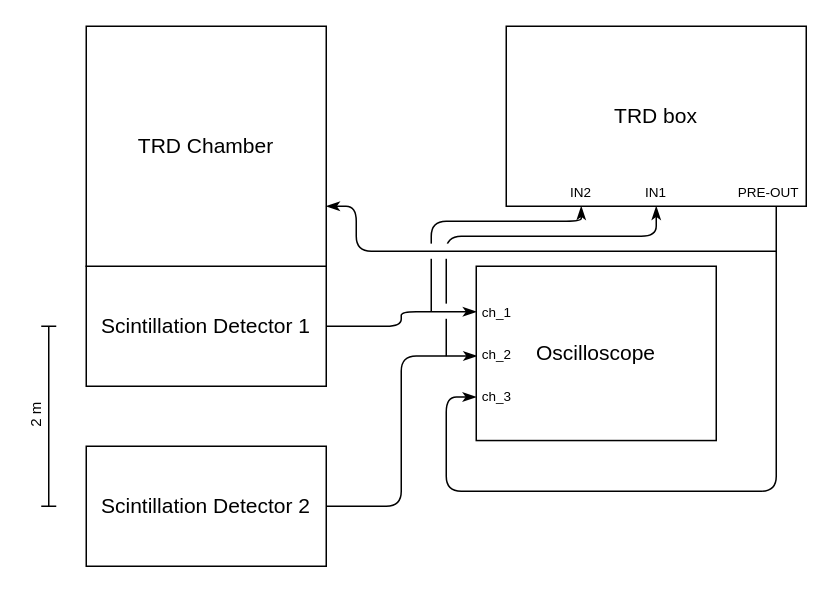
Above: 3rd Year/PHY3004W/Labs/ALICE TRD/setup.drawio in mkidson/Uni-Code (draw.io), before the change. Source tidied: cells renumbered, new cells numbered last; positions are measured from the earlier drawing's top-left corner, leaving out a move shared by most shapes. Both pictures are drawn from the tidied source at 150%, with x=0, y=0 at pixel (14, 26).
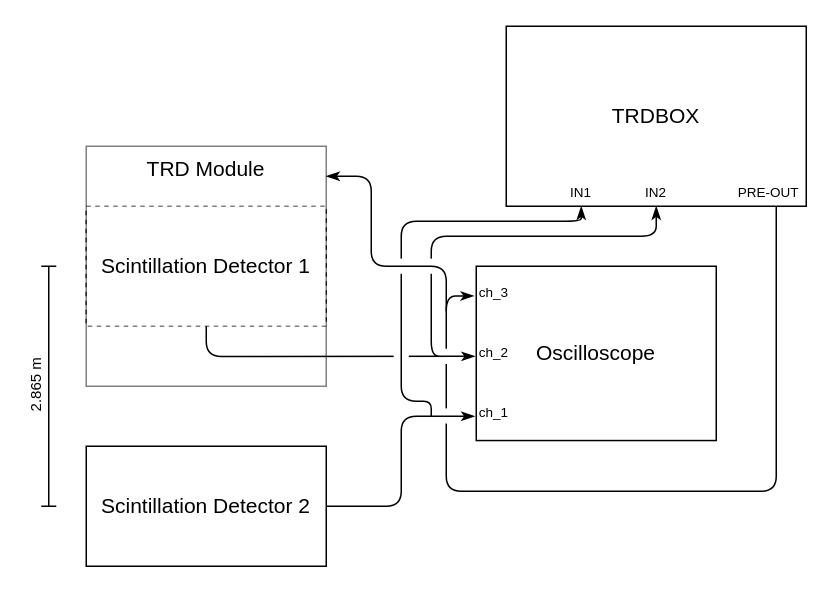
Above is the later version.

Unchanged cells that the change refers to:
```xml
<mxCell id="3" value="&lt;font style=&quot;font-size: 14px&quot;&gt;Scintillation Detector 2&lt;/font&gt;" style="rounded=0;whiteSpace=wrap;html=1;shadow=0;sketch=0;" parent="1" vertex="1">
  <mxGeometry x="48" y="280" width="160" height="80" as="geometry" />
</mxCell>
<mxCell id="8" value="&lt;font style=&quot;font-size: 14px&quot;&gt;Oscilloscope&lt;/font&gt;" style="rounded=0;whiteSpace=wrap;html=1;shadow=0;sketch=0;strokeWidth=1;" parent="1" vertex="1">
  <mxGeometry x="308" y="160" width="160" height="116.2" as="geometry" />
</mxCell>
```

The edit, as a diff of the source:
```diff
@@
-    <mxCell id="2" style="edgeStyle=orthogonalEdgeStyle;rounded=1;jettySize=auto;html=1;exitX=1;exitY=0.5;exitDx=0;exitDy=0;entryX=0.003;entryY=0.515;entryDx=0;entryDy=0;entryPerimeter=0;startArrow=none;startFill=0;endArrow=classicThin;endFill=1;" parent="1" edge="1" source="3" target="8">
-      <mxGeometry relative="1" as="geometry" />
-    </mxCell>
@@
-    <mxCell id="4" value="&lt;font style=&quot;font-size: 14px&quot;&gt;Scintillation Detector 1&lt;/font&gt;" style="rounded=0;whiteSpace=wrap;html=1;shadow=0;sketch=0;" parent="1" vertex="1">
-      <mxGeometry x="48" y="160" width="160" height="80" as="geometry" />
+    <mxCell id="4" style="rounded=0;whiteSpace=wrap;html=1;shadow=0;sketch=0;dashed=1;" parent="1" vertex="1">
+      <mxGeometry x="48" y="120" width="160" height="80" as="geometry" />
     </mxCell>
-    <mxCell id="5" value="&lt;font style=&quot;font-size: 14px&quot;&gt;TRD Chamber&lt;/font&gt;" style="whiteSpace=wrap;html=1;rounded=0;shadow=0;sketch=0;" parent="1" vertex="1">
-      <mxGeometry x="48" width="160" height="160" as="geometry" />
+    <mxCell id="5" style="whiteSpace=wrap;html=1;rounded=0;shadow=0;sketch=0;fillColor=default;opacity=50;" parent="1" vertex="1">
+      <mxGeometry x="48" y="80" width="160" height="160" as="geometry" />
     </mxCell>
     <mxCell id="6" style="shape=crossbar;whiteSpace=wrap;html=1;rounded=1;direction=south;shadow=0;sketch=0;strokeWidth=1;" parent="1" vertex="1">
-      <mxGeometry x="18" y="200" width="10" height="120" as="geometry" />
+      <mxGeometry x="18" y="160" width="10" height="160" as="geometry" />
     </mxCell>
-    <mxCell id="7" value="&lt;font style=&quot;font-size: 10px&quot;&gt;2 m&lt;/font&gt;" style="text;html=1;strokeColor=none;fillColor=none;align=center;verticalAlign=middle;whiteSpace=wrap;rounded=0;shadow=0;sketch=0;rotation=-90;" parent="1" vertex="1">
-      <mxGeometry x="0.5" y="256.2" width="27.5" height="7.5" as="geometry" />
+    <mxCell id="7" value="&lt;font style=&quot;font-size: 10px&quot;&gt;2.865&amp;nbsp;m&lt;/font&gt;" style="text;html=1;strokeColor=none;fillColor=none;align=center;verticalAlign=middle;whiteSpace=wrap;rounded=0;shadow=0;sketch=0;rotation=-90;" parent="1" vertex="1">
+      <mxGeometry x="0.5" y="236.2" width="27.5" height="7.5" as="geometry" />
     </mxCell>
@@
-    <mxCell id="9" style="edgeStyle=orthogonalEdgeStyle;rounded=1;jettySize=auto;html=1;entryX=0;entryY=0.75;entryDx=0;entryDy=0;endArrow=classicThin;endFill=1;exitX=0.9;exitY=0.999;exitDx=0;exitDy=0;exitPerimeter=0;" parent="1" edge="1" source="12" target="8">
+    <mxCell id="9" style="edgeStyle=orthogonalEdgeStyle;rounded=1;jettySize=auto;html=1;endArrow=classicThin;endFill=1;exitX=0.9;exitY=0.999;exitDx=0;exitDy=0;exitPerimeter=0;entryX=-0.009;entryY=0.17;entryDx=0;entryDy=0;entryPerimeter=0;" parent="1" edge="1" source="12" target="8">
       <mxGeometry relative="1" as="geometry">
         <Array as="points">
           <mxPoint x="508" y="310" />
           <mxPoint x="288" y="310" />
-          <mxPoint x="288" y="247" />
+          <mxPoint x="288" y="180" />
         </Array>
       </mxGeometry>
     </mxCell>
     <mxCell id="10" style="edgeStyle=orthogonalEdgeStyle;rounded=1;jettySize=auto;html=1;exitX=0.5;exitY=1;exitDx=0;exitDy=0;startArrow=classicThin;startFill=1;endArrow=none;endFill=0;" parent="1" edge="1" source="12">
       <mxGeometry relative="1" as="geometry">
         <mxPoint x="288" y="220" as="targetPoint" />
         <Array as="points">
           <mxPoint x="428" y="140" />
-          <mxPoint x="288" y="140" />
+          <mxPoint x="278" y="140" />
+          <mxPoint x="278" y="220" />
         </Array>
       </mxGeometry>
     </mxCell>
-    <mxCell id="11" style="edgeStyle=orthogonalEdgeStyle;jettySize=auto;html=1;exitX=0.25;exitY=1;exitDx=0;exitDy=0;startArrow=classicThin;startFill=1;endArrow=none;endFill=0;rounded=1;" parent="1" edge="1" source="12">
-      <mxGeometry relative="1" as="geometry">
-        <mxPoint x="278" y="190" as="targetPoint" />
-        <Array as="points">
-          <mxPoint x="378" y="130" />
-          <mxPoint x="278" y="130" />
-        </Array>
-      </mxGeometry>
-    </mxCell>
-    <mxCell id="12" value="&lt;font style=&quot;font-size: 14px&quot;&gt;TRD box&lt;/font&gt;" style="rounded=0;whiteSpace=wrap;html=1;shadow=0;sketch=0;strokeWidth=1;" parent="1" vertex="1">
+    <mxCell id="12" value="&lt;font style=&quot;font-size: 14px&quot;&gt;TRDBOX&lt;/font&gt;" style="rounded=0;whiteSpace=wrap;html=1;shadow=0;sketch=0;strokeWidth=1;" parent="1" vertex="1">
       <mxGeometry x="328" width="200" height="120" as="geometry" />
     </mxCell>
     <mxCell id="13" value="&lt;font style=&quot;font-size: 9px&quot;&gt;ch_1&lt;/font&gt;" style="text;html=1;strokeColor=none;fillColor=none;align=center;verticalAlign=middle;whiteSpace=wrap;rounded=0;shadow=0;sketch=0;" parent="1" vertex="1">
-      <mxGeometry x="302" y="180" width="40" height="20" as="geometry" />
+      <mxGeometry x="300" y="246.8" width="40" height="20" as="geometry" />
     </mxCell>
     <mxCell id="14" value="&lt;font style=&quot;font-size: 9px&quot;&gt;ch_2&lt;/font&gt;" style="text;html=1;strokeColor=none;fillColor=none;align=center;verticalAlign=middle;whiteSpace=wrap;rounded=0;shadow=0;sketch=0;" parent="1" vertex="1">
-      <mxGeometry x="302" y="208.1" width="40" height="20" as="geometry" />
+      <mxGeometry x="300" y="207.1" width="40" height="20" as="geometry" />
     </mxCell>
     <mxCell id="15" value="&lt;font style=&quot;font-size: 9px&quot;&gt;ch_3&lt;/font&gt;" style="text;html=1;strokeColor=none;fillColor=none;align=center;verticalAlign=middle;whiteSpace=wrap;rounded=0;shadow=0;sketch=0;" parent="1" vertex="1">
-      <mxGeometry x="302" y="236.2" width="40" height="20" as="geometry" />
+      <mxGeometry x="300" y="167" width="40" height="20" as="geometry" />
     </mxCell>
     <mxCell id="16" style="rounded=0;whiteSpace=wrap;html=1;shadow=0;sketch=0;strokeWidth=0;strokeColor=#FFFFFF;" parent="1" vertex="1">
-      <mxGeometry x="283" y="145" width="10" height="10" as="geometry" />
+      <mxGeometry x="253" y="259.8" width="10" height="10" as="geometry" />
     </mxCell>
@@
-    <mxCell id="18" style="rounded=0;whiteSpace=wrap;html=1;shadow=0;sketch=0;strokeWidth=0;strokeColor=#FFFFFF;" parent="1" vertex="1">
-      <mxGeometry x="273" y="145" width="10" height="10" as="geometry" />
-    </mxCell>
-    <mxCell id="19" style="edgeStyle=orthogonalEdgeStyle;rounded=1;jettySize=auto;html=1;exitX=1;exitY=0.75;exitDx=0;exitDy=0;endArrow=none;endFill=0;startArrow=classicThin;startFill=1;" parent="1" edge="1" source="5">
-      <mxGeometry relative="1" as="geometry">
-        <mxPoint x="508" y="150" as="targetPoint" />
-        <Array as="points">
-          <mxPoint x="228" y="120" />
-          <mxPoint x="228" y="150" />
-        </Array>
-      </mxGeometry>
-    </mxCell>
     <mxCell id="20" style="rounded=0;whiteSpace=wrap;html=1;shadow=0;sketch=0;strokeWidth=0;strokeColor=#FFFFFF;" parent="1" vertex="1">
-      <mxGeometry x="283" y="185" width="10" height="10" as="geometry" />
+      <mxGeometry x="283" y="215.1" width="10" height="10" as="geometry" />
     </mxCell>
-    <mxCell id="21" style="edgeStyle=orthogonalEdgeStyle;rounded=1;jettySize=auto;html=1;exitX=1;exitY=0.5;exitDx=0;exitDy=0;entryX=0.001;entryY=0.261;entryDx=0;entryDy=0;entryPerimeter=0;startArrow=none;startFill=0;endArrow=classicThin;endFill=1;" parent="1" edge="1" source="4" target="8">
-      <mxGeometry relative="1" as="geometry" />
+    <mxCell id="21" style="edgeStyle=orthogonalEdgeStyle;rounded=1;jettySize=auto;html=1;exitX=0.5;exitY=1;exitDx=0;exitDy=0;startArrow=none;startFill=0;endArrow=classicThin;endFill=1;entryX=-0.005;entryY=0.517;entryDx=0;entryDy=0;entryPerimeter=0;" parent="1" edge="1" source="4" target="8">
+      <mxGeometry relative="1" as="geometry">
+        <Array as="points">
+          <mxPoint x="128" y="220" />
+        </Array>
+      </mxGeometry>
     </mxCell>
-    <mxCell id="22" value="&lt;font style=&quot;font-size: 9px&quot;&gt;IN1&lt;br&gt;&lt;/font&gt;" style="text;html=1;strokeColor=none;fillColor=none;align=center;verticalAlign=middle;whiteSpace=wrap;rounded=0;shadow=0;sketch=0;" parent="1" vertex="1">
+    <mxCell id="22" value="&lt;font style=&quot;font-size: 9px&quot;&gt;IN2&lt;br&gt;&lt;/font&gt;" style="text;html=1;strokeColor=none;fillColor=none;align=center;verticalAlign=middle;whiteSpace=wrap;rounded=0;shadow=0;sketch=0;" parent="1" vertex="1">
       <mxGeometry x="418" y="100" width="20" height="20" as="geometry" />
     </mxCell>
-    <mxCell id="23" value="&lt;font style=&quot;font-size: 9px&quot;&gt;IN2&lt;br&gt;&lt;/font&gt;" style="text;html=1;strokeColor=none;fillColor=none;align=center;verticalAlign=middle;whiteSpace=wrap;rounded=0;shadow=0;sketch=0;" parent="1" vertex="1">
+    <mxCell id="23" value="&lt;font style=&quot;font-size: 9px&quot;&gt;IN1&lt;br&gt;&lt;/font&gt;" style="text;html=1;strokeColor=none;fillColor=none;align=center;verticalAlign=middle;whiteSpace=wrap;rounded=0;shadow=0;sketch=0;" parent="1" vertex="1">
       <mxGeometry x="368" y="100" width="20" height="20" as="geometry" />
     </mxCell>
+    <mxCell id="18" style="rounded=0;whiteSpace=wrap;html=1;shadow=0;sketch=0;strokeWidth=0;strokeColor=#FFFFFF;" parent="1" vertex="1">
+      <mxGeometry x="253" y="155" width="10" height="10" as="geometry" />
+    </mxCell>
+    <mxCell id="24" style="rounded=0;whiteSpace=wrap;html=1;shadow=0;sketch=0;strokeWidth=0;strokeColor=#FFFFFF;" parent="1" vertex="1">
+      <mxGeometry x="273" y="155" width="10" height="10" as="geometry" />
+    </mxCell>
+    <mxCell id="25" style="rounded=0;whiteSpace=wrap;html=1;shadow=0;sketch=0;strokeWidth=0;strokeColor=#FFFFFF;" parent="1" vertex="1">
+      <mxGeometry x="253" y="215.1" width="10" height="10" as="geometry" />
+    </mxCell>
+    <mxCell id="11" style="edgeStyle=orthogonalEdgeStyle;jettySize=auto;html=1;exitX=0.25;exitY=1;exitDx=0;exitDy=0;startArrow=classicThin;startFill=1;endArrow=none;endFill=0;rounded=1;" parent="1" edge="1" source="12">
+      <mxGeometry relative="1" as="geometry">
+        <mxPoint x="278" y="260" as="targetPoint" />
+        <Array as="points">
+          <mxPoint x="378" y="130" />
+          <mxPoint x="258" y="130" />
+          <mxPoint x="258" y="250" />
+        </Array>
+      </mxGeometry>
+    </mxCell>
+    <mxCell id="26" style="rounded=0;whiteSpace=wrap;html=1;shadow=0;sketch=0;strokeWidth=0;strokeColor=#FFFFFF;" parent="1" vertex="1">
+      <mxGeometry x="253" y="155" width="10" height="10" as="geometry" />
+    </mxCell>
+    <mxCell id="19" style="edgeStyle=orthogonalEdgeStyle;rounded=1;jettySize=auto;html=1;endArrow=none;endFill=0;startArrow=classicThin;startFill=1;exitX=1;exitY=0.125;exitDx=0;exitDy=0;exitPerimeter=0;" parent="1" edge="1" source="5">
+      <mxGeometry relative="1" as="geometry">
+        <mxPoint x="288" y="190" as="targetPoint" />
+        <Array as="points">
+          <mxPoint x="238" y="100" />
+          <mxPoint x="238" y="160" />
+          <mxPoint x="288" y="160" />
+        </Array>
+      </mxGeometry>
+    </mxCell>
+    <mxCell id="27" style="rounded=0;whiteSpace=wrap;html=1;shadow=0;sketch=0;strokeWidth=0;strokeColor=#FFFFFF;" parent="1" vertex="1">
+      <mxGeometry x="283" y="254.8" width="10" height="10" as="geometry" />
+    </mxCell>
+    <mxCell id="2" style="edgeStyle=orthogonalEdgeStyle;rounded=1;jettySize=auto;html=1;exitX=1;exitY=0.5;exitDx=0;exitDy=0;startArrow=none;startFill=0;endArrow=classicThin;endFill=1;" parent="1" edge="1" source="3">
+      <mxGeometry relative="1" as="geometry">
+        <mxPoint x="307" y="260" as="targetPoint" />
+        <Array as="points">
+          <mxPoint x="258" y="320" />
+          <mxPoint x="258" y="260" />
+          <mxPoint x="307" y="260" />
+        </Array>
+      </mxGeometry>
+    </mxCell>
+    <mxCell id="28" value="&lt;font style=&quot;font-size: 14px&quot;&gt;TRD Module&lt;/font&gt;" style="text;html=1;strokeColor=none;fillColor=none;align=center;verticalAlign=middle;whiteSpace=wrap;rounded=0;dashed=1;opacity=50;" parent="1" vertex="1">
+      <mxGeometry x="78" y="80" width="100" height="30" as="geometry" />
+    </mxCell>
+    <mxCell id="29" value="&lt;font style=&quot;font-size: 14px&quot;&gt;Scintillation Detector 1&lt;/font&gt;" style="text;html=1;strokeColor=none;fillColor=none;align=center;verticalAlign=middle;whiteSpace=wrap;rounded=0;dashed=1;opacity=50;" parent="1" vertex="1">
+      <mxGeometry x="48" y="145" width="160" height="30" as="geometry" />
+    </mxCell>
```
